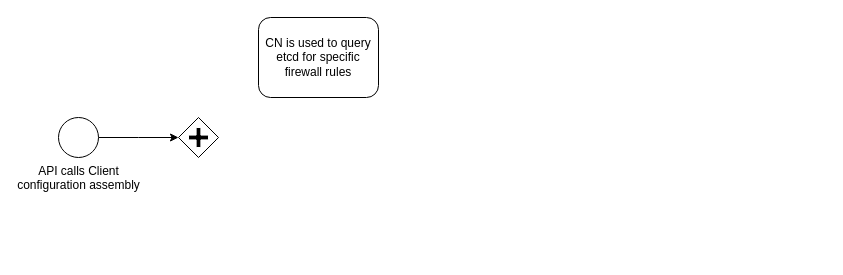
This is page "Configuration Generation" (4 of 4) of OVPN Flow.drawio from GlennDeSmedt/GlennDeSmedt.github.io, a draw.io file, before an edit. Source tidied: cells renumbered, new cells numbered last; positions are measured from the earlier drawing's top-left corner, leaving out a move shared by most shapes. Both pictures are drawn from the tidied source at 100%, with x=0, y=0 at pixel (58, 17).
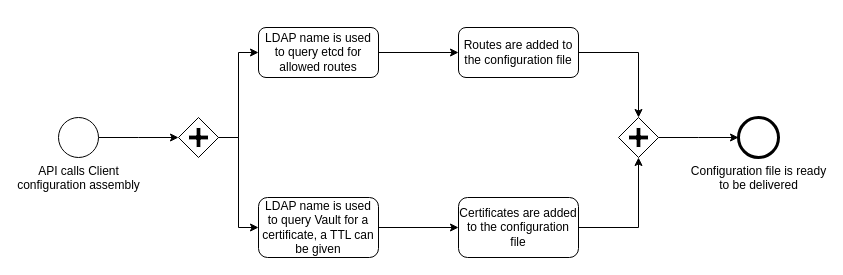
The same page after the edit.

Diff of the diagram source:
```diff
@@
 <mxGraphModel>
   <root>
     <mxCell id="0" />
     <mxCell id="1" parent="0" />
     <mxCell id="2" style="edgeStyle=orthogonalEdgeStyle;rounded=0;jettySize=auto;html=1;" parent="1" edge="1" source="3">
       <mxGeometry relative="1" as="geometry">
         <mxPoint x="120" y="120" as="targetPoint" />
       </mxGeometry>
     </mxCell>
     <mxCell id="3" value="API calls Client &lt;br&gt;configuration assembly" style="shape=mxgraph.bpmn.shape;html=1;verticalLabelPosition=bottom;labelBackgroundColor=#ffffff;verticalAlign=top;align=center;perimeter=ellipsePerimeter;outlineConnect=0;outline=standard;symbol=general;" parent="1" vertex="1">
       <mxGeometry y="100" width="40" height="40" as="geometry" />
     </mxCell>
+    <mxCell id="6" style="edgeStyle=orthogonalEdgeStyle;rounded=0;jettySize=auto;html=1;entryX=0;entryY=0.5;entryDx=0;entryDy=0;" parent="1" edge="1" source="4" target="5">
+      <mxGeometry relative="1" as="geometry" />
+    </mxCell>
     <mxCell id="4" style="shape=mxgraph.bpmn.shape;html=1;verticalLabelPosition=bottom;labelBackgroundColor=#ffffff;verticalAlign=top;align=center;perimeter=rhombusPerimeter;background=gateway;outlineConnect=0;outline=none;symbol=parallelGw;" parent="1" vertex="1">
       <mxGeometry x="120" y="100" width="40" height="40" as="geometry" />
     </mxCell>
+    <mxCell id="7" style="edgeStyle=orthogonalEdgeStyle;rounded=0;jettySize=auto;html=1;" parent="1" edge="1" source="5" target="9">
+      <mxGeometry relative="1" as="geometry" />
+    </mxCell>
-    <mxCell id="5" value="CN is used to query etcd for specific firewall rules" style="shape=ext;rounded=1;html=1;whiteSpace=wrap;" parent="1" vertex="1">
-      <mxGeometry x="200" width="120" height="80" as="geometry" />
+    <mxCell id="5" value="LDAP name is used to query etcd for allowed routes" style="shape=ext;rounded=1;html=1;whiteSpace=wrap;" parent="1" vertex="1">
+      <mxGeometry x="200" y="10" width="120" height="50" as="geometry" />
     </mxCell>
+    <mxCell id="8" style="edgeStyle=orthogonalEdgeStyle;rounded=0;jettySize=auto;html=1;entryX=0.5;entryY=0;entryDx=0;entryDy=0;" parent="1" edge="1" source="9" target="16">
+      <mxGeometry relative="1" as="geometry" />
+    </mxCell>
+    <mxCell id="9" value="Routes are added to the configuration file" style="shape=ext;rounded=1;html=1;whiteSpace=wrap;" parent="1" vertex="1">
+      <mxGeometry x="400" y="10" width="120" height="50" as="geometry" />
+    </mxCell>
+    <mxCell id="10" style="edgeStyle=orthogonalEdgeStyle;rounded=0;jettySize=auto;html=1;" parent="1" edge="1" source="11" target="13">
+      <mxGeometry relative="1" as="geometry" />
+    </mxCell>
+    <mxCell id="11" value="LDAP name is used to query Vault for a certificate, a TTL can be given" style="shape=ext;rounded=1;html=1;whiteSpace=wrap;" parent="1" vertex="1">
+      <mxGeometry x="200" y="180" width="120" height="60" as="geometry" />
+    </mxCell>
+    <mxCell id="12" style="edgeStyle=orthogonalEdgeStyle;rounded=0;jettySize=auto;html=1;entryX=0.5;entryY=1;entryDx=0;entryDy=0;" parent="1" edge="1" source="13" target="16">
+      <mxGeometry relative="1" as="geometry" />
+    </mxCell>
+    <mxCell id="13" value="Certificates are added to the configuration file" style="shape=ext;rounded=1;html=1;whiteSpace=wrap;" parent="1" vertex="1">
+      <mxGeometry x="400" y="180" width="120" height="60" as="geometry" />
+    </mxCell>
+    <mxCell id="14" style="edgeStyle=orthogonalEdgeStyle;rounded=0;jettySize=auto;html=1;entryX=0;entryY=0.5;entryDx=0;entryDy=0;exitX=1;exitY=0.5;exitDx=0;exitDy=0;" parent="1" edge="1" source="4" target="11">
+      <mxGeometry relative="1" as="geometry" />
+    </mxCell>
+    <mxCell id="15" style="edgeStyle=orthogonalEdgeStyle;rounded=0;jettySize=auto;html=1;" parent="1" edge="1" source="16">
+      <mxGeometry relative="1" as="geometry">
+        <mxPoint x="680" y="120" as="targetPoint" />
+      </mxGeometry>
+    </mxCell>
+    <mxCell id="16" style="shape=mxgraph.bpmn.shape;html=1;verticalLabelPosition=bottom;labelBackgroundColor=#ffffff;verticalAlign=top;align=center;perimeter=rhombusPerimeter;background=gateway;outlineConnect=0;outline=none;symbol=parallelGw;" parent="1" vertex="1">
+      <mxGeometry x="560" y="100" width="40" height="40" as="geometry" />
+    </mxCell>
+    <mxCell id="17" value="Configuration file is ready&lt;br&gt;to be delivered&lt;br&gt;" style="shape=mxgraph.bpmn.shape;html=1;verticalLabelPosition=bottom;labelBackgroundColor=#ffffff;verticalAlign=top;align=center;perimeter=ellipsePerimeter;outline=end;symbol=general;" parent="1" vertex="1">
+      <mxGeometry x="680" y="100" width="40" height="40" as="geometry" />
+    </mxCell>
   </root>
 </mxGraphModel>
```
